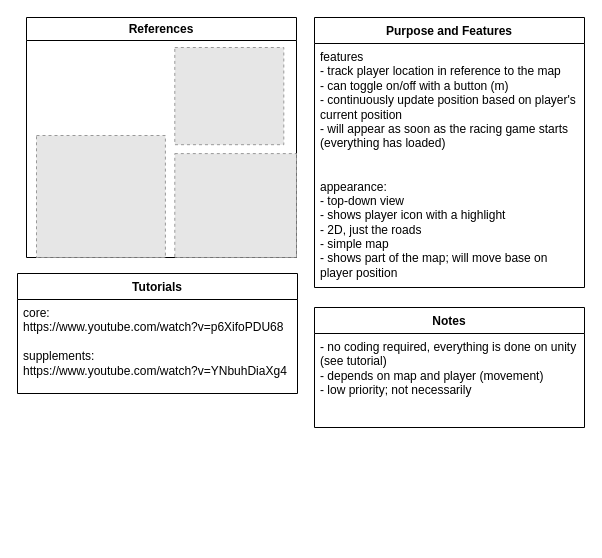
Before: documentation/TechSpecs/MiniMap.drawio in sozalpasan1/HWKartKlash, a draw.io diagram. Source tidied: cells renumbered, new cells numbered last; positions are measured from the earlier drawing's top-left corner, leaving out a move shared by most shapes. Both pictures are drawn from the tidied source at 100%, with x=0, y=0 at pixel (17, 17). Pictures stored in the file or linked from it are replaced by grey dashed boxes.
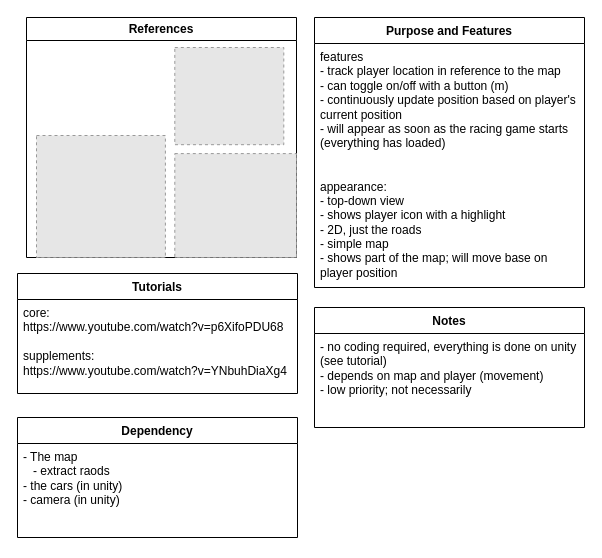
Above is the later version.

Commit message (it also covers changes not shown here):
minimap TechSpec

The edit, as a diff of the source:
```diff
@@
 <mxGraphModel>
   <root>
     <mxCell id="0" />
     <mxCell id="1" parent="0" />
     <mxCell id="2" value="Purpose and Features" style="swimlane;fontStyle=1;align=center;verticalAlign=top;horizontal=1;startSize=26;rounded=0;shadow=0;strokeWidth=1;" parent="1" vertex="1">
       <mxGeometry x="297" width="270" height="270" as="geometry" />
     </mxCell>
     <mxCell id="3" value="features&#10;- track player location in reference to the map&#10;- can toggle on/off with a button (m)&#10;- continuously update position based on player's current position&#10;- will appear as soon as the racing game starts (everything has loaded)&#10;&#10;&#10;appearance: &#10;- top-down view&#10;- shows player icon with a highlight&#10;- 2D, just the roads&#10;- simple map&#10;- shows part of the map; will move base on player position&#10;" style="text;align=left;verticalAlign=top;spacingLeft=4;spacingRight=4;overflow=hidden;whiteSpace=wrap;" parent="2" vertex="1">
       <mxGeometry y="26" width="270" height="244" as="geometry" />
     </mxCell>
     <mxCell id="4" value="Tutorials" style="swimlane;fontStyle=1;align=center;verticalAlign=top;horizontal=1;startSize=26;rounded=0;shadow=0;strokeWidth=1;" parent="1" vertex="1">
       <mxGeometry y="256" width="280" height="120" as="geometry" />
     </mxCell>
     <mxCell id="5" value="core: &#10;https://www.youtube.com/watch?v=p6XifoPDU68&#10;&#10;supplements: &#10;https://www.youtube.com/watch?v=YNbuhDiaXg4&#10;" style="text;align=left;verticalAlign=top;spacingLeft=4;spacingRight=4;overflow=hidden;whiteSpace=wrap;" parent="4" vertex="1">
       <mxGeometry y="26" width="280" height="94" as="geometry" />
     </mxCell>
     <mxCell id="6" value="References" style="swimlane;whiteSpace=wrap;html=1;" parent="1" vertex="1">
       <mxGeometry x="9" width="270" height="240" as="geometry" />
     </mxCell>
     <mxCell id="7" style="fillColor=#E6E6E6;strokeColor=#999999;dashed=1;verticalLabelPosition=bottom;labelBackgroundColor=default;verticalAlign=top;" parent="6" vertex="1">
       <mxGeometry x="148.3" y="136.1" width="121.7" height="103.9" as="geometry" />
     </mxCell>
     <mxCell id="8" style="fillColor=#E6E6E6;strokeColor=#999999;dashed=1;verticalLabelPosition=bottom;labelBackgroundColor=default;verticalAlign=top;" parent="6" vertex="1">
       <mxGeometry x="10" y="118" width="128.9" height="122" as="geometry" />
     </mxCell>
     <mxCell id="9" style="fillColor=#E6E6E6;strokeColor=#999999;dashed=1;verticalLabelPosition=bottom;labelBackgroundColor=default;verticalAlign=top;" parent="6" vertex="1">
       <mxGeometry x="148.3" y="30" width="109" height="97.2" as="geometry" />
     </mxCell>
     <mxCell id="10" value="Notes" style="swimlane;fontStyle=1;align=center;verticalAlign=top;horizontal=1;startSize=26;rounded=0;shadow=0;strokeWidth=1;" parent="1" vertex="1">
       <mxGeometry x="297" y="290" width="270" height="120" as="geometry" />
     </mxCell>
     <mxCell id="11" value="- no coding required, everything is done on unity &#10;(see tutorial)&#10;- depends on map and player (movement)&#10;- low priority; not necessarily " style="text;align=left;verticalAlign=top;spacingLeft=4;spacingRight=4;overflow=hidden;whiteSpace=wrap;" parent="10" vertex="1">
       <mxGeometry y="26" width="270" height="94" as="geometry" />
     </mxCell>
+    <mxCell id="12" value="Dependency" style="swimlane;fontStyle=1;align=center;verticalAlign=top;horizontal=1;startSize=26;rounded=0;shadow=0;strokeWidth=1;" parent="1" vertex="1">
+      <mxGeometry y="400" width="280" height="120" as="geometry" />
+    </mxCell>
+    <mxCell id="13" value="- The map&#10;   - extract raods&#10;- the cars (in unity)&#10;- camera (in unity)" style="text;align=left;verticalAlign=top;spacingLeft=4;spacingRight=4;overflow=hidden;whiteSpace=wrap;" parent="12" vertex="1">
+      <mxGeometry y="26" width="280" height="94" as="geometry" />
+    </mxCell>
   </root>
 </mxGraphModel>
```
